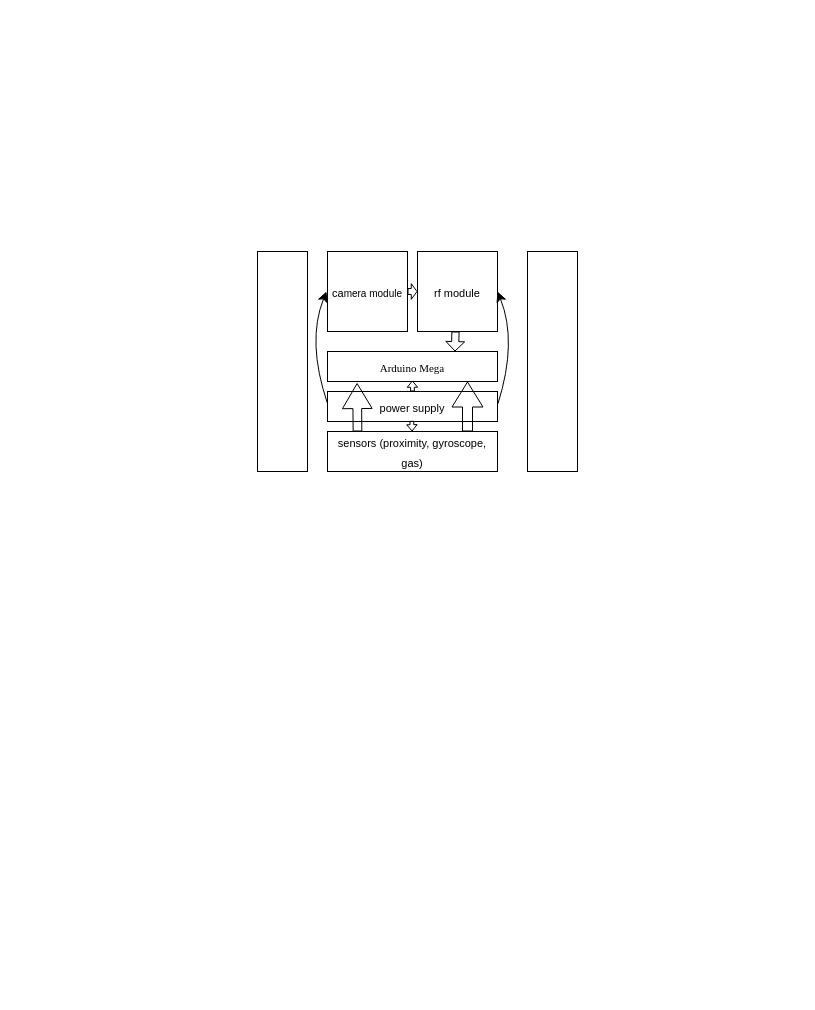
The draw.io diagram Untitled Diagram.drawio in CoderKinley/React_upload, before the edit. Source tidied: cells renumbered, new cells numbered last; positions are measured from the earlier drawing's top-left corner, leaving out a move shared by most shapes. Both pictures are drawn from the tidied source at 100%, with x=0, y=0 at pixel (257, 251).
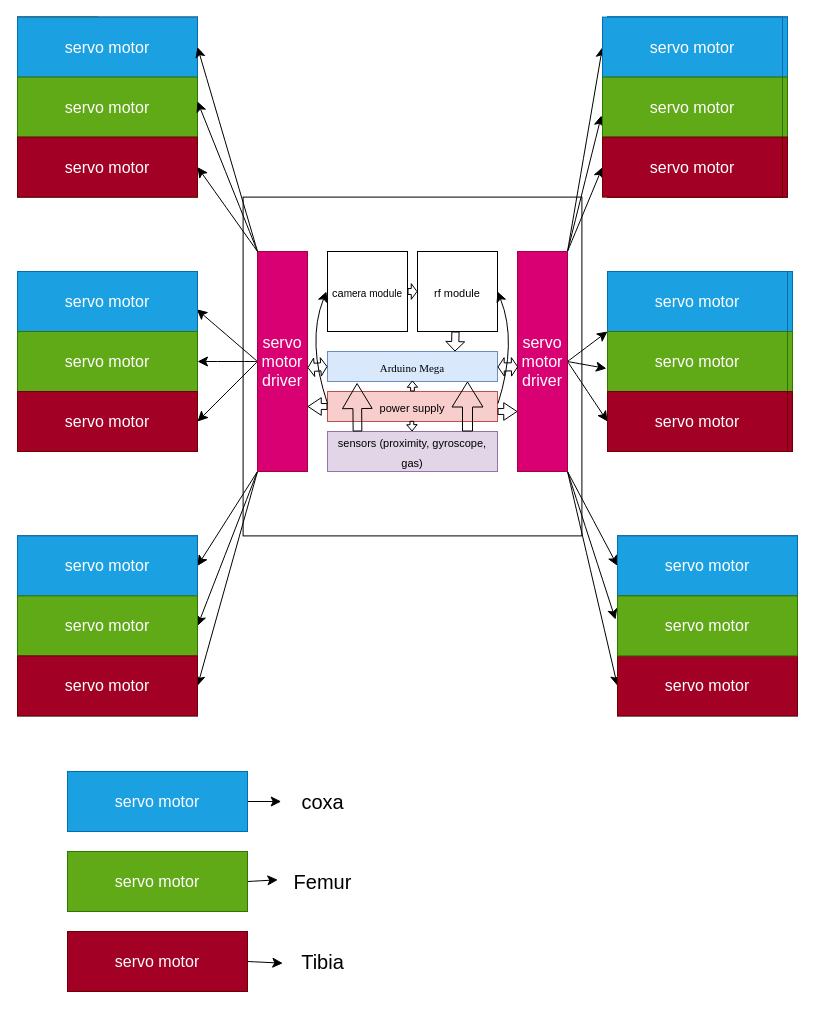
The same page after the edit.

What changed in the source:
```diff
@@
+    <mxCell id="17" style="edgeStyle=none;curved=1;rounded=0;orthogonalLoop=1;jettySize=auto;html=1;fontSize=12;startSize=8;endSize=8;exitX=1;exitY=0.5;exitDx=0;exitDy=0;entryX=1;entryY=0.5;entryDx=0;entryDy=0;" parent="1" edge="1" source="49" target="49">
+      <mxGeometry relative="1" as="geometry" />
+    </mxCell>
+    <mxCell id="18" style="whiteSpace=wrap;html=1;fontSize=16;" parent="1" vertex="1">
+      <mxGeometry x="-14.4" y="-54.4" width="338.8" height="338.8" as="geometry" />
+    </mxCell>
-    <mxCell id="2" value="&lt;font face=&quot;Times New Roman&quot; style=&quot;font-size: 11px;&quot;&gt;Arduino Mega&lt;/font&gt;" style="rounded=0;whiteSpace=wrap;html=1;fontSize=16;" parent="1" vertex="1">
+    <mxCell id="2" value="&lt;font face=&quot;Times New Roman&quot; style=&quot;font-size: 11px;&quot;&gt;Arduino Mega&lt;/font&gt;" style="rounded=0;whiteSpace=wrap;html=1;fontSize=16;fillColor=#dae8fc;strokeColor=#6c8ebf;" parent="1" vertex="1">
       <mxGeometry x="70" y="100" width="170" height="30" as="geometry" />
     </mxCell>
-    <mxCell id="3" value="&lt;font style=&quot;font-size: 11px;&quot;&gt;sensors (proximity, gyroscope, gas)&lt;/font&gt;" style="rounded=0;whiteSpace=wrap;html=1;fontSize=16;" parent="1" vertex="1">
+    <mxCell id="3" value="&lt;font style=&quot;font-size: 11px;&quot;&gt;sensors (proximity, gyroscope, gas)&lt;/font&gt;" style="rounded=0;whiteSpace=wrap;html=1;fontSize=16;fillColor=#e1d5e7;strokeColor=#9673a6;" parent="1" vertex="1">
       <mxGeometry x="70" y="180" width="170" height="40" as="geometry" />
     </mxCell>
-    <mxCell id="4" value="&lt;font style=&quot;font-size: 11px;&quot;&gt;power supply&lt;/font&gt;" style="rounded=0;whiteSpace=wrap;html=1;fontSize=16;" parent="1" vertex="1">
+    <mxCell id="4" value="&lt;font style=&quot;font-size: 11px;&quot;&gt;power supply&lt;/font&gt;" style="rounded=0;whiteSpace=wrap;html=1;fontSize=16;fillColor=#f8cecc;strokeColor=#b85450;" parent="1" vertex="1">
       <mxGeometry x="70" y="140" width="170" height="30" as="geometry" />
     </mxCell>
@@
+    <mxCell id="19" style="edgeStyle=none;curved=1;rounded=0;jettySize=auto;html=1;exitX=0;exitY=0.5;exitDx=0;exitDy=0;entryX=0.996;entryY=0.631;entryDx=0;entryDy=0;entryPerimeter=0;fontSize=12;startSize=8;endSize=8;" parent="1" edge="1" source="15" target="48">
+      <mxGeometry relative="1" as="geometry" />
+    </mxCell>
+    <mxCell id="20" style="edgeStyle=none;curved=1;rounded=0;jettySize=auto;html=1;exitX=0;exitY=0.5;exitDx=0;exitDy=0;fontSize=12;startSize=8;endSize=8;" parent="1" edge="1" source="15" target="49">
+      <mxGeometry relative="1" as="geometry" />
+    </mxCell>
+    <mxCell id="21" style="edgeStyle=none;curved=1;rounded=0;jettySize=auto;html=1;exitX=0;exitY=0.5;exitDx=0;exitDy=0;entryX=1;entryY=0.5;entryDx=0;entryDy=0;fontSize=12;startSize=8;endSize=8;" parent="1" edge="1" source="15" target="50">
+      <mxGeometry relative="1" as="geometry" />
+    </mxCell>
+    <mxCell id="22" style="edgeStyle=none;curved=1;rounded=0;jettySize=auto;html=1;exitX=0;exitY=1;exitDx=0;exitDy=0;entryX=1;entryY=0.5;entryDx=0;entryDy=0;fontSize=12;startSize=8;endSize=8;" parent="1" edge="1" source="15" target="54">
+      <mxGeometry relative="1" as="geometry" />
+    </mxCell>
+    <mxCell id="23" style="edgeStyle=none;curved=1;rounded=0;jettySize=auto;html=1;exitX=0;exitY=1;exitDx=0;exitDy=0;entryX=1;entryY=0.5;entryDx=0;entryDy=0;fontSize=12;startSize=8;endSize=8;" parent="1" edge="1" source="15" target="55">
+      <mxGeometry relative="1" as="geometry" />
+    </mxCell>
+    <mxCell id="24" style="edgeStyle=none;curved=1;rounded=0;jettySize=auto;html=1;exitX=0;exitY=1;exitDx=0;exitDy=0;entryX=1;entryY=0.5;entryDx=0;entryDy=0;fontSize=12;startSize=8;endSize=8;" parent="1" edge="1" source="15" target="56">
+      <mxGeometry relative="1" as="geometry" />
+    </mxCell>
-    <mxCell id="15" style="rounded=0;whiteSpace=wrap;html=1;fontSize=16;" parent="1" vertex="1">
+    <mxCell id="15" value="servo motor driver" style="rounded=0;whiteSpace=wrap;html=1;fontSize=16;fillColor=#d80073;fontColor=#ffffff;strokeColor=#A50040;" parent="1" vertex="1">
       <mxGeometry width="50" height="220" as="geometry" />
     </mxCell>
+    <mxCell id="25" style="edgeStyle=none;curved=1;rounded=0;jettySize=auto;html=1;exitX=1;exitY=0;exitDx=0;exitDy=0;entryX=0;entryY=0.5;entryDx=0;entryDy=0;fontSize=12;startSize=8;endSize=8;" parent="1" edge="1" source="16" target="73">
+      <mxGeometry relative="1" as="geometry" />
+    </mxCell>
+    <mxCell id="26" style="edgeStyle=none;curved=1;rounded=0;jettySize=auto;html=1;exitX=1;exitY=0;exitDx=0;exitDy=0;entryX=-0.006;entryY=0.64;entryDx=0;entryDy=0;entryPerimeter=0;fontSize=12;startSize=8;endSize=8;" parent="1" edge="1" source="16" target="74">
+      <mxGeometry relative="1" as="geometry" />
+    </mxCell>
+    <mxCell id="27" style="edgeStyle=none;curved=1;rounded=0;jettySize=auto;html=1;exitX=1;exitY=0;exitDx=0;exitDy=0;entryX=0;entryY=0.5;entryDx=0;entryDy=0;fontSize=12;startSize=8;endSize=8;" parent="1" edge="1" source="16" target="75">
+      <mxGeometry relative="1" as="geometry" />
+    </mxCell>
+    <mxCell id="28" style="edgeStyle=none;curved=1;rounded=0;jettySize=auto;html=1;exitX=1;exitY=0.5;exitDx=0;exitDy=0;fontSize=12;startSize=8;endSize=8;" parent="1" edge="1" source="16">
+      <mxGeometry relative="1" as="geometry">
+        <mxPoint x="350" y="80" as="targetPoint" />
+      </mxGeometry>
+    </mxCell>
+    <mxCell id="29" style="edgeStyle=none;curved=1;rounded=0;jettySize=auto;html=1;exitX=1;exitY=0.5;exitDx=0;exitDy=0;entryX=-0.006;entryY=0.617;entryDx=0;entryDy=0;entryPerimeter=0;fontSize=12;startSize=8;endSize=8;" parent="1" edge="1" source="16" target="77">
+      <mxGeometry relative="1" as="geometry" />
+    </mxCell>
+    <mxCell id="30" style="edgeStyle=none;curved=1;rounded=0;jettySize=auto;html=1;exitX=1;exitY=0.5;exitDx=0;exitDy=0;entryX=0;entryY=0.5;entryDx=0;entryDy=0;fontSize=12;startSize=8;endSize=8;" parent="1" edge="1" source="16" target="78">
+      <mxGeometry relative="1" as="geometry" />
+    </mxCell>
+    <mxCell id="31" style="edgeStyle=none;curved=1;rounded=0;jettySize=auto;html=1;exitX=1;exitY=1;exitDx=0;exitDy=0;entryX=0;entryY=0.5;entryDx=0;entryDy=0;fontSize=12;startSize=8;endSize=8;" parent="1" edge="1" source="16" target="60">
+      <mxGeometry relative="1" as="geometry" />
+    </mxCell>
+    <mxCell id="32" style="edgeStyle=none;curved=1;rounded=0;jettySize=auto;html=1;exitX=1;exitY=1;exitDx=0;exitDy=0;entryX=-0.011;entryY=0.394;entryDx=0;entryDy=0;entryPerimeter=0;fontSize=12;startSize=8;endSize=8;" parent="1" edge="1" source="16" target="79">
+      <mxGeometry relative="1" as="geometry" />
+    </mxCell>
+    <mxCell id="33" style="edgeStyle=none;curved=1;rounded=0;jettySize=auto;html=1;exitX=1;exitY=1;exitDx=0;exitDy=0;entryX=0;entryY=0.5;entryDx=0;entryDy=0;fontSize=12;startSize=8;endSize=8;" parent="1" edge="1" source="16" target="62">
+      <mxGeometry relative="1" as="geometry" />
+    </mxCell>
-    <mxCell id="16" style="rounded=0;whiteSpace=wrap;html=1;fontSize=16;" parent="1" vertex="1">
-      <mxGeometry x="270" width="50" height="220" as="geometry" />
+    <mxCell id="16" value="servo motor driver" style="rounded=0;whiteSpace=wrap;html=1;fontSize=16;fillColor=#d80073;fontColor=#ffffff;strokeColor=#A50040;" parent="1" vertex="1">
+      <mxGeometry x="260" width="50" height="220" as="geometry" />
     </mxCell>
+    <mxCell id="34" style="shape=flexArrow;endArrow=classic;html=1;rounded=0;fontSize=12;startSize=8;endSize=4.082352941176471;curved=1;exitX=0;exitY=0.5;exitDx=0;exitDy=0;width=5.882352941176471;endWidth=10.69204152249135;" parent="1" edge="1" source="4">
+      <mxGeometry relative="1" as="geometry">
+        <mxPoint x="50" y="155" as="targetPoint" />
+      </mxGeometry>
+    </mxCell>
+    <mxCell id="35" style="shape=flexArrow;endArrow=classic;html=1;rounded=0;fontSize=12;startSize=8;endSize=4.082352941176471;curved=1;width=5.882352941176471;endWidth=10.69204152249135;" parent="1" edge="1">
+      <mxGeometry relative="1" as="geometry">
+        <mxPoint x="240" y="160" as="sourcePoint" />
+        <mxPoint x="260" y="160" as="targetPoint" />
+      </mxGeometry>
+    </mxCell>
+    <mxCell id="36" style="shape=flexArrow;endArrow=classic;startArrow=classic;html=1;rounded=0;fontSize=12;startSize=1.7442307692307693;endSize=1.7442307692307693;curved=1;width=8.076923076923077;endWidth=9.408284023668639;startWidth=9.408284023668639;entryX=0;entryY=0.5;entryDx=0;entryDy=0;exitX=0.999;exitY=0.528;exitDx=0;exitDy=0;exitPerimeter=0;" parent="1" edge="1" source="15" target="2">
+      <mxGeometry relative="1" as="geometry" />
+    </mxCell>
+    <mxCell id="37" style="shape=flexArrow;endArrow=classic;startArrow=classic;html=1;rounded=0;fontSize=12;startSize=1.7442307692307693;endSize=1.7442307692307693;curved=1;width=8.076923076923077;endWidth=9.408284023668639;startWidth=9.408284023668639;entryX=0.013;entryY=0.524;entryDx=0;entryDy=0;exitX=0.999;exitY=0.528;exitDx=0;exitDy=0;exitPerimeter=0;entryPerimeter=0;" parent="1" edge="1" target="16">
+      <mxGeometry relative="1" as="geometry">
+        <mxPoint x="240" y="115.5" as="sourcePoint" />
+      </mxGeometry>
+    </mxCell>
+    <mxCell id="38" style="whiteSpace=wrap;html=1;fontSize=16;fillColor=#60a917;fontColor=#ffffff;strokeColor=#2D7600;" parent="1" vertex="1">
+      <mxGeometry x="-240" y="-234.4" width="80" height="80" as="geometry" />
+    </mxCell>
+    <mxCell id="39" style="whiteSpace=wrap;html=1;fontSize=16;" parent="1" vertex="1">
+      <mxGeometry x="-240" y="-234.4" width="180" height="180" as="geometry" />
+    </mxCell>
+    <mxCell id="40" style="whiteSpace=wrap;html=1;fontSize=16;" parent="1" vertex="1">
+      <mxGeometry x="-240" y="20" width="180" height="180" as="geometry" />
+    </mxCell>
+    <mxCell id="41" style="whiteSpace=wrap;html=1;fontSize=16;" parent="1" vertex="1">
+      <mxGeometry x="-240" y="284.4" width="180" height="180" as="geometry" />
+    </mxCell>
+    <mxCell id="42" style="whiteSpace=wrap;html=1;fontSize=16;" parent="1" vertex="1">
+      <mxGeometry x="355" y="20" width="180" height="180" as="geometry" />
+    </mxCell>
+    <mxCell id="43" style="whiteSpace=wrap;html=1;fontSize=16;" parent="1" vertex="1">
+      <mxGeometry x="350" y="-234.4" width="180" height="180" as="geometry" />
+    </mxCell>
+    <mxCell id="44" style="whiteSpace=wrap;html=1;fontSize=16;" parent="1" vertex="1">
+      <mxGeometry x="360" y="284.4" width="180" height="180" as="geometry" />
+    </mxCell>
+    <mxCell id="45" value="servo motor" style="rounded=0;whiteSpace=wrap;html=1;fontSize=16;fillColor=#1ba1e2;fontColor=#ffffff;strokeColor=#006EAF;" parent="1" vertex="1">
+      <mxGeometry x="-240" y="-234.4" width="180" height="60" as="geometry" />
+    </mxCell>
+    <mxCell id="46" value="servo motor" style="rounded=0;whiteSpace=wrap;html=1;fontSize=16;fillColor=#60a917;fontColor=#ffffff;strokeColor=#2D7600;" parent="1" vertex="1">
+      <mxGeometry x="-240" y="-174.4" width="180" height="60" as="geometry" />
+    </mxCell>
+    <mxCell id="47" value="servo motor" style="rounded=0;whiteSpace=wrap;html=1;fontSize=16;fillColor=#a20025;fontColor=#ffffff;strokeColor=#6F0000;" parent="1" vertex="1">
+      <mxGeometry x="-240" y="-114.4" width="180" height="60" as="geometry" />
+    </mxCell>
+    <mxCell id="48" value="servo motor" style="rounded=0;whiteSpace=wrap;html=1;fontSize=16;fillColor=#1ba1e2;fontColor=#ffffff;strokeColor=#006EAF;" parent="1" vertex="1">
+      <mxGeometry x="-240" y="20" width="180" height="60" as="geometry" />
+    </mxCell>
+    <mxCell id="49" value="servo motor" style="rounded=0;whiteSpace=wrap;html=1;fontSize=16;fillColor=#60a917;fontColor=#ffffff;strokeColor=#2D7600;" parent="1" vertex="1">
+      <mxGeometry x="-240" y="80" width="180" height="60" as="geometry" />
+    </mxCell>
+    <mxCell id="50" value="servo motor" style="rounded=0;whiteSpace=wrap;html=1;fontSize=16;fillColor=#a20025;fontColor=#ffffff;strokeColor=#6F0000;" parent="1" vertex="1">
+      <mxGeometry x="-240" y="140" width="180" height="60" as="geometry" />
+    </mxCell>
+    <mxCell id="51" style="rounded=0;whiteSpace=wrap;html=1;fontSize=16;fillColor=#1ba1e2;fontColor=#ffffff;strokeColor=#006EAF;" parent="1" vertex="1">
+      <mxGeometry x="350" y="-234.4" width="180" height="60" as="geometry" />
+    </mxCell>
+    <mxCell id="52" style="rounded=0;whiteSpace=wrap;html=1;fontSize=16;fillColor=#60a917;fontColor=#ffffff;strokeColor=#2D7600;" parent="1" vertex="1">
+      <mxGeometry x="350" y="-174.4" width="180" height="60" as="geometry" />
+    </mxCell>
+    <mxCell id="53" style="rounded=0;whiteSpace=wrap;html=1;fontSize=16;fillColor=#a20025;fontColor=#ffffff;strokeColor=#6F0000;" parent="1" vertex="1">
+      <mxGeometry x="350" y="-114.4" width="180" height="60" as="geometry" />
+    </mxCell>
+    <mxCell id="54" value="servo motor" style="rounded=0;whiteSpace=wrap;html=1;fontSize=16;fillColor=#1ba1e2;fontColor=#ffffff;strokeColor=#006EAF;" parent="1" vertex="1">
+      <mxGeometry x="-240" y="284.4" width="180" height="60" as="geometry" />
+    </mxCell>
+    <mxCell id="55" value="servo motor" style="rounded=0;whiteSpace=wrap;html=1;fontSize=16;fillColor=#60a917;fontColor=#ffffff;strokeColor=#2D7600;" parent="1" vertex="1">
+      <mxGeometry x="-240" y="344.4" width="180" height="60" as="geometry" />
+    </mxCell>
+    <mxCell id="56" value="servo motor" style="rounded=0;whiteSpace=wrap;html=1;fontSize=16;fillColor=#a20025;fontColor=#ffffff;strokeColor=#6F0000;" parent="1" vertex="1">
+      <mxGeometry x="-240" y="404.4" width="180" height="60" as="geometry" />
+    </mxCell>
+    <mxCell id="57" style="rounded=0;whiteSpace=wrap;html=1;fontSize=16;fillColor=#1ba1e2;fontColor=#ffffff;strokeColor=#006EAF;" parent="1" vertex="1">
+      <mxGeometry x="355" y="20" width="180" height="60" as="geometry" />
+    </mxCell>
+    <mxCell id="58" style="rounded=0;whiteSpace=wrap;html=1;fontSize=16;fillColor=#60a917;fontColor=#ffffff;strokeColor=#2D7600;" parent="1" vertex="1">
+      <mxGeometry x="355" y="80" width="180" height="60" as="geometry" />
+    </mxCell>
+    <mxCell id="59" style="rounded=0;whiteSpace=wrap;html=1;fontSize=16;fillColor=#a20025;fontColor=#ffffff;strokeColor=#6F0000;" parent="1" vertex="1">
+      <mxGeometry x="355" y="140" width="180" height="60" as="geometry" />
+    </mxCell>
+    <mxCell id="60" value="servo motor" style="rounded=0;whiteSpace=wrap;html=1;fontSize=16;fillColor=#1ba1e2;fontColor=#ffffff;strokeColor=#006EAF;" parent="1" vertex="1">
+      <mxGeometry x="360" y="284.4" width="180" height="60" as="geometry" />
+    </mxCell>
+    <mxCell id="61" style="rounded=0;whiteSpace=wrap;html=1;fontSize=16;fillColor=#60a917;fontColor=#ffffff;strokeColor=#2D7600;" parent="1" vertex="1">
+      <mxGeometry x="360" y="344.4" width="180" height="60" as="geometry" />
+    </mxCell>
+    <mxCell id="62" value="servo motor" style="rounded=0;whiteSpace=wrap;html=1;fontSize=16;fillColor=#a20025;fontColor=#ffffff;strokeColor=#6F0000;" parent="1" vertex="1">
+      <mxGeometry x="360" y="404.4" width="180" height="60" as="geometry" />
+    </mxCell>
+    <mxCell id="63" style="endArrow=classic;html=1;rounded=0;fontSize=12;startSize=8;endSize=8;curved=1;exitX=0;exitY=0;exitDx=0;exitDy=0;entryX=1;entryY=0.5;entryDx=0;entryDy=0;" parent="1" edge="1" source="15" target="45">
+      <mxGeometry relative="1" as="geometry" />
+    </mxCell>
+    <mxCell id="64" style="endArrow=classic;html=1;rounded=0;fontSize=12;startSize=8;endSize=8;curved=1;entryX=1;entryY=0.5;entryDx=0;entryDy=0;exitX=0;exitY=0;exitDx=0;exitDy=0;" parent="1" edge="1" source="15">
+      <mxGeometry relative="1" as="geometry">
+        <mxPoint x="-60" y="-150" as="targetPoint" />
+      </mxGeometry>
+    </mxCell>
+    <mxCell id="65" style="edgeStyle=none;curved=1;rounded=0;jettySize=auto;html=1;entryX=0;entryY=0;entryDx=0;entryDy=0;fontSize=12;startSize=8;endSize=8;" parent="1" edge="1" target="15">
+      <mxGeometry relative="1" as="geometry">
+        <mxPoint as="sourcePoint" />
+      </mxGeometry>
+    </mxCell>
+    <mxCell id="66" style="edgeStyle=none;curved=1;rounded=0;jettySize=auto;html=1;exitX=0;exitY=0;exitDx=0;exitDy=0;entryX=1;entryY=0.5;entryDx=0;entryDy=0;fontSize=12;startSize=8;endSize=8;" parent="1" edge="1" source="15" target="47">
+      <mxGeometry relative="1" as="geometry" />
+    </mxCell>
+    <mxCell id="67" style="rounded=0;whiteSpace=wrap;html=1;fontSize=16;fillColor=#1ba1e2;fontColor=#ffffff;strokeColor=#006EAF;" parent="1" vertex="1">
+      <mxGeometry x="350" y="-234.4" width="180" height="60" as="geometry" />
+    </mxCell>
+    <mxCell id="68" style="rounded=0;whiteSpace=wrap;html=1;fontSize=16;fillColor=#60a917;fontColor=#ffffff;strokeColor=#2D7600;" parent="1" vertex="1">
+      <mxGeometry x="350" y="-174.4" width="180" height="60" as="geometry" />
+    </mxCell>
+    <mxCell id="69" style="rounded=0;whiteSpace=wrap;html=1;fontSize=16;fillColor=#a20025;fontColor=#ffffff;strokeColor=#6F0000;" parent="1" vertex="1">
+      <mxGeometry x="350" y="-114.4" width="180" height="60" as="geometry" />
+    </mxCell>
+    <mxCell id="70" style="rounded=0;whiteSpace=wrap;html=1;fontSize=16;fillColor=#1ba1e2;fontColor=#ffffff;strokeColor=#006EAF;" parent="1" vertex="1">
+      <mxGeometry x="355" y="20" width="180" height="60" as="geometry" />
+    </mxCell>
+    <mxCell id="71" style="rounded=0;whiteSpace=wrap;html=1;fontSize=16;fillColor=#60a917;fontColor=#ffffff;strokeColor=#2D7600;" parent="1" vertex="1">
+      <mxGeometry x="355" y="80" width="180" height="60" as="geometry" />
+    </mxCell>
+    <mxCell id="72" style="rounded=0;whiteSpace=wrap;html=1;fontSize=16;fillColor=#a20025;fontColor=#ffffff;strokeColor=#6F0000;" parent="1" vertex="1">
+      <mxGeometry x="355" y="140" width="180" height="60" as="geometry" />
+    </mxCell>
+    <mxCell id="73" value="servo motor" style="rounded=0;whiteSpace=wrap;html=1;fontSize=16;fillColor=#1ba1e2;fontColor=#ffffff;strokeColor=#006EAF;" parent="1" vertex="1">
+      <mxGeometry x="345" y="-234.4" width="180" height="60" as="geometry" />
+    </mxCell>
+    <mxCell id="74" value="servo motor" style="rounded=0;whiteSpace=wrap;html=1;fontSize=16;fillColor=#60a917;fontColor=#ffffff;strokeColor=#2D7600;" parent="1" vertex="1">
+      <mxGeometry x="345" y="-174.4" width="180" height="60" as="geometry" />
+    </mxCell>
+    <mxCell id="75" value="servo motor" style="rounded=0;whiteSpace=wrap;html=1;fontSize=16;fillColor=#a20025;fontColor=#ffffff;strokeColor=#6F0000;" parent="1" vertex="1">
+      <mxGeometry x="345" y="-114.4" width="180" height="60" as="geometry" />
+    </mxCell>
+    <mxCell id="76" value="servo motor" style="rounded=0;whiteSpace=wrap;html=1;fontSize=16;fillColor=#1ba1e2;fontColor=#ffffff;strokeColor=#006EAF;" parent="1" vertex="1">
+      <mxGeometry x="350" y="20" width="180" height="60" as="geometry" />
+    </mxCell>
+    <mxCell id="77" value="servo motor" style="rounded=0;whiteSpace=wrap;html=1;fontSize=16;fillColor=#60a917;fontColor=#ffffff;strokeColor=#2D7600;" parent="1" vertex="1">
+      <mxGeometry x="350" y="80" width="180" height="60" as="geometry" />
+    </mxCell>
+    <mxCell id="78" value="servo motor" style="rounded=0;whiteSpace=wrap;html=1;fontSize=16;fillColor=#a20025;fontColor=#ffffff;strokeColor=#6F0000;" parent="1" vertex="1">
+      <mxGeometry x="350" y="140" width="180" height="60" as="geometry" />
+    </mxCell>
+    <mxCell id="79" value="servo motor" style="rounded=0;whiteSpace=wrap;html=1;fontSize=16;fillColor=#60a917;fontColor=#ffffff;strokeColor=#2D7600;" parent="1" vertex="1">
+      <mxGeometry x="360" y="344.4" width="180" height="60" as="geometry" />
+    </mxCell>
+    <mxCell id="80" style="edgeStyle=none;curved=1;rounded=0;jettySize=auto;html=1;exitX=1;exitY=0.5;exitDx=0;exitDy=0;entryX=-0.09;entryY=0.5;entryDx=0;entryDy=0;entryPerimeter=0;fontSize=12;startSize=8;endSize=8;" parent="1" edge="1" source="81" target="86">
+      <mxGeometry relative="1" as="geometry" />
+    </mxCell>
+    <mxCell id="81" value="servo motor" style="rounded=0;whiteSpace=wrap;html=1;fontSize=16;fillColor=#1ba1e2;fontColor=#ffffff;strokeColor=#006EAF;" parent="1" vertex="1">
+      <mxGeometry x="-190" y="520" width="180" height="60" as="geometry" />
+    </mxCell>
+    <mxCell id="82" style="edgeStyle=none;curved=1;rounded=0;jettySize=auto;html=1;exitX=1;exitY=0.5;exitDx=0;exitDy=0;entryX=-0.058;entryY=0.458;entryDx=0;entryDy=0;entryPerimeter=0;fontSize=12;startSize=8;endSize=8;" parent="1" edge="1" source="83" target="87">
+      <mxGeometry relative="1" as="geometry" />
+    </mxCell>
+    <mxCell id="83" value="servo motor" style="rounded=0;whiteSpace=wrap;html=1;fontSize=16;fillColor=#60a917;fontColor=#ffffff;strokeColor=#2D7600;" parent="1" vertex="1">
+      <mxGeometry x="-190" y="600" width="180" height="60" as="geometry" />
+    </mxCell>
+    <mxCell id="84" style="edgeStyle=none;curved=1;rounded=0;jettySize=auto;html=1;exitX=1;exitY=0.5;exitDx=0;exitDy=0;entryX=-0.067;entryY=0.542;entryDx=0;entryDy=0;entryPerimeter=0;fontSize=12;startSize=8;endSize=8;" parent="1" edge="1" source="85" target="88">
+      <mxGeometry relative="1" as="geometry" />
+    </mxCell>
+    <mxCell id="85" value="servo motor" style="rounded=0;whiteSpace=wrap;html=1;fontSize=16;fillColor=#a20025;fontColor=#ffffff;strokeColor=#6F0000;" parent="1" vertex="1">
+      <mxGeometry x="-190" y="680" width="180" height="60" as="geometry" />
+    </mxCell>
+    <mxCell id="86" value="coxa" style="text;html=1;align=center;verticalAlign=middle;points=[];strokeColor=none;fillColor=none;fontSize=20;" parent="1" vertex="1">
+      <mxGeometry x="30" y="530" width="70" height="40" as="geometry" />
+    </mxCell>
+    <mxCell id="87" value="Femur" style="text;html=1;align=center;verticalAlign=middle;points=[];strokeColor=none;fillColor=none;fontSize=20;" parent="1" vertex="1">
+      <mxGeometry x="25" y="610" width="80" height="40" as="geometry" />
+    </mxCell>
+    <mxCell id="88" value="Tibia" style="text;html=1;align=center;verticalAlign=middle;points=[];strokeColor=none;fillColor=none;fontSize=20;" parent="1" vertex="1">
+      <mxGeometry x="30" y="690" width="70" height="40" as="geometry" />
+    </mxCell>
```
